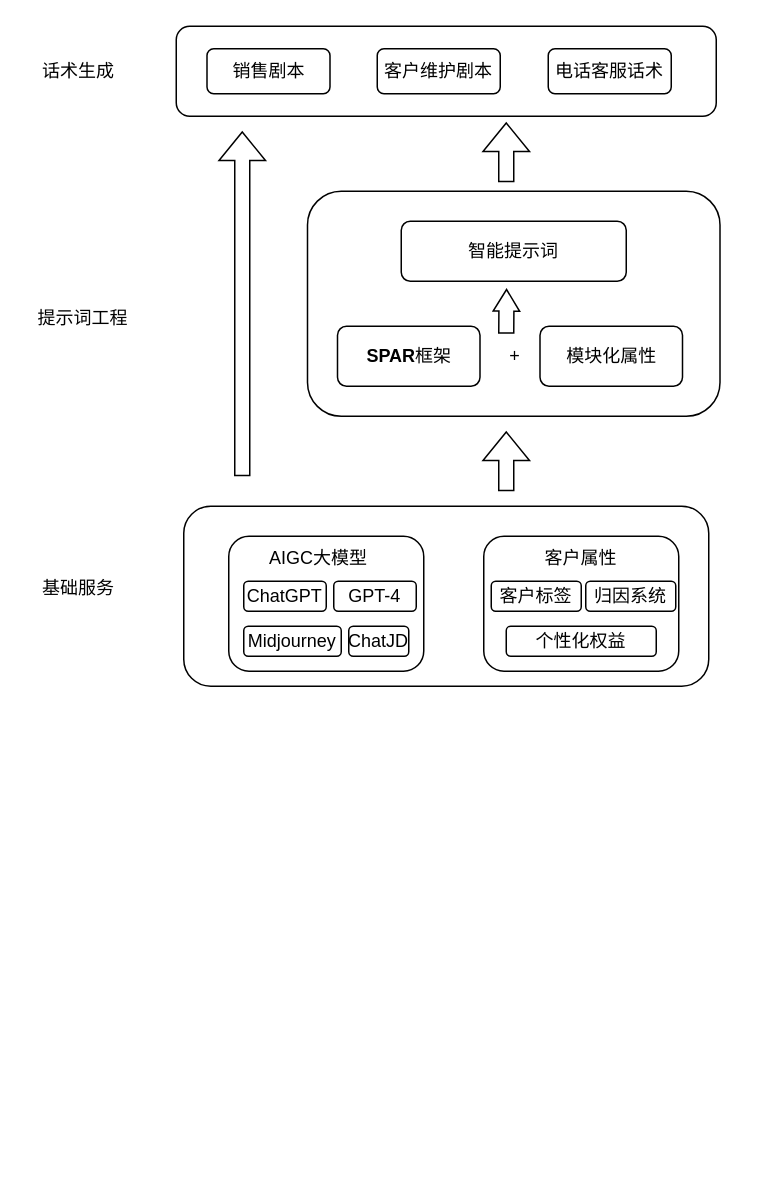
Earlier version of the draw.io diagram jdhack.drawio (JinTaiYang94/helloworld). Source tidied: cells renumbered, new cells numbered last; positions are measured from the earlier drawing's top-left corner, leaving out a move shared by most shapes. Both pictures are drawn from the tidied source at 150%, with x=0, y=0 at pixel (26, 26). Pictures stored in the file or linked from it are replaced by grey dashed boxes.
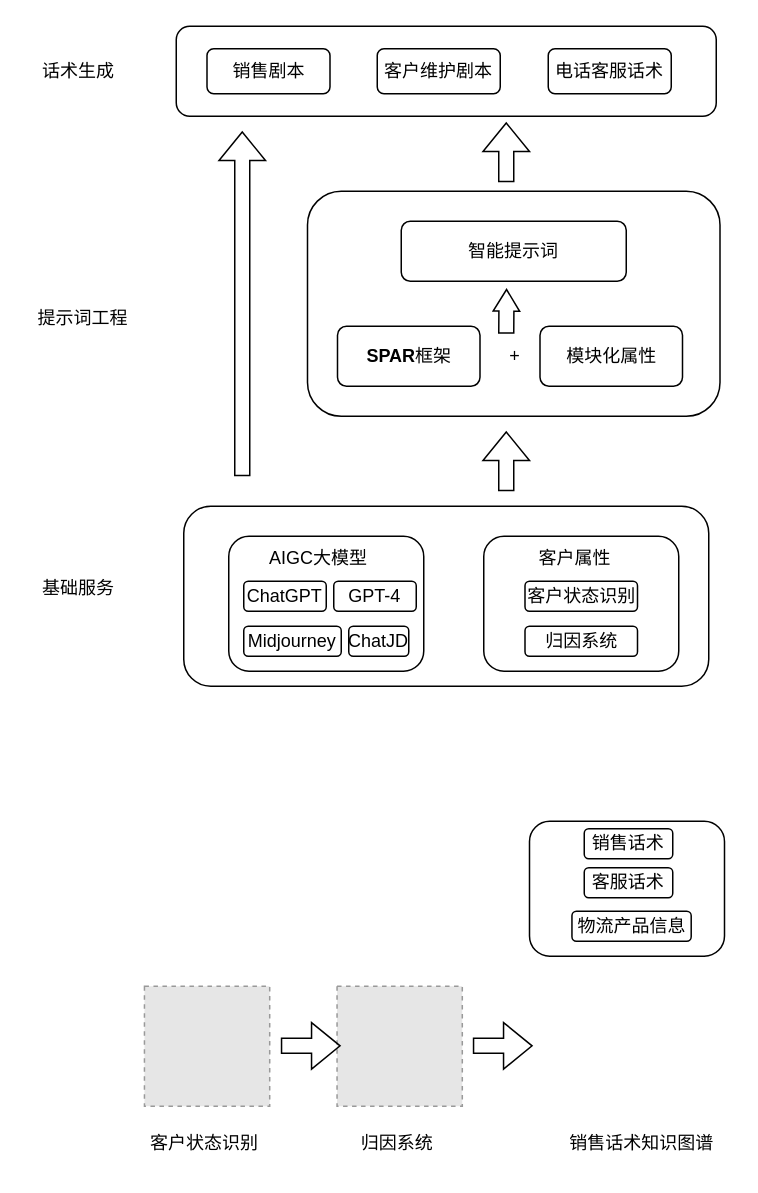
Above is the later version.

Change to the diagram source:
```diff
@@
     <mxCell id="10" value="客户属性" style="text;html=1;strokeColor=none;fillColor=none;align=center;verticalAlign=middle;whiteSpace=wrap;rounded=0;" parent="1" vertex="1">
-      <mxGeometry x="340" y="340" width="60" height="30" as="geometry" />
+      <mxGeometry x="335.5" y="340" width="60" height="30" as="geometry" />
     </mxCell>
-    <mxCell id="11" value="客户标签" style="rounded=1;whiteSpace=wrap;html=1;" parent="1" vertex="1">
-      <mxGeometry x="310" y="370" width="60" height="20" as="geometry" />
+    <mxCell id="11" value="客户状态识别" style="rounded=1;whiteSpace=wrap;html=1;" parent="1" vertex="1">
+      <mxGeometry x="332.5" y="370" width="75" height="20" as="geometry" />
     </mxCell>
-    <mxCell id="12" value="个性化权益" style="rounded=1;whiteSpace=wrap;html=1;" parent="1" vertex="1">
-      <mxGeometry x="320" y="400" width="100" height="20" as="geometry" />
-    </mxCell>
     <mxCell id="13" value="归因系统" style="rounded=1;whiteSpace=wrap;html=1;" parent="1" vertex="1">
-      <mxGeometry x="373" y="370" width="60" height="20" as="geometry" />
+      <mxGeometry x="332.5" y="400" width="75" height="20" as="geometry" />
     </mxCell>
@@
+    <mxCell id="30" style="fillColor=#E6E6E6;strokeColor=#999999;dashed=1;verticalLabelPosition=bottom;labelBackgroundColor=default;verticalAlign=top;" parent="1" vertex="1">
+      <mxGeometry x="78.8" y="640" width="83.5" height="80" as="geometry" />
+    </mxCell>
+    <mxCell id="31" value="客户状态识别" style="text;html=1;strokeColor=none;fillColor=none;align=center;verticalAlign=middle;whiteSpace=wrap;rounded=0;" parent="1" vertex="1">
+      <mxGeometry x="78.8" y="730" width="80" height="30" as="geometry" />
+    </mxCell>
+    <mxCell id="32" style="fillColor=#E6E6E6;strokeColor=#999999;dashed=1;verticalLabelPosition=bottom;labelBackgroundColor=default;verticalAlign=top;" parent="1" vertex="1">
+      <mxGeometry x="207.2" y="640" width="83.5" height="80" as="geometry" />
+    </mxCell>
+    <mxCell id="33" value="归因系统" style="text;html=1;align=center;verticalAlign=middle;strokeColor=none;fillColor=none;" parent="1" vertex="1">
+      <mxGeometry x="212.2" y="730" width="70" height="30" as="geometry" />
+    </mxCell>
+    <mxCell id="34" style="shape=flexArrow;endArrow=classic;html=1;rounded=0;" parent="1" edge="1">
+      <mxGeometry relative="1" as="geometry">
+        <mxPoint x="169.7" y="679.7" as="sourcePoint" />
+        <mxPoint x="209.7" y="679.7" as="targetPoint" />
+      </mxGeometry>
+    </mxCell>
+    <mxCell id="35" style="shape=flexArrow;endArrow=classic;html=1;rounded=0;" parent="1" edge="1">
+      <mxGeometry relative="1" as="geometry">
+        <mxPoint x="297.7" y="679.7" as="sourcePoint" />
+        <mxPoint x="337.7" y="679.7" as="targetPoint" />
+      </mxGeometry>
+    </mxCell>
+    <mxCell id="36" value="销售话术知识图谱" style="text;html=1;align=center;verticalAlign=middle;strokeColor=none;fillColor=none;" parent="1" vertex="1">
+      <mxGeometry x="350.2" y="730" width="120" height="30" as="geometry" />
+    </mxCell>
+    <mxCell id="37" style="rounded=1;whiteSpace=wrap;html=1;" parent="1" vertex="1">
+      <mxGeometry x="335.5" y="530" width="130" height="90" as="geometry" />
+    </mxCell>
+    <mxCell id="38" value="销售话术" style="rounded=1;whiteSpace=wrap;html=1;" parent="1" vertex="1">
+      <mxGeometry x="372" y="535" width="59" height="20" as="geometry" />
+    </mxCell>
+    <mxCell id="39" value="客服话术" style="rounded=1;whiteSpace=wrap;html=1;" parent="1" vertex="1">
+      <mxGeometry x="372" y="561" width="59" height="20" as="geometry" />
+    </mxCell>
+    <mxCell id="40" value="物流产品信息" style="rounded=1;whiteSpace=wrap;html=1;" parent="1" vertex="1">
+      <mxGeometry x="363.8" y="590" width="79.5" height="20" as="geometry" />
+    </mxCell>
```
